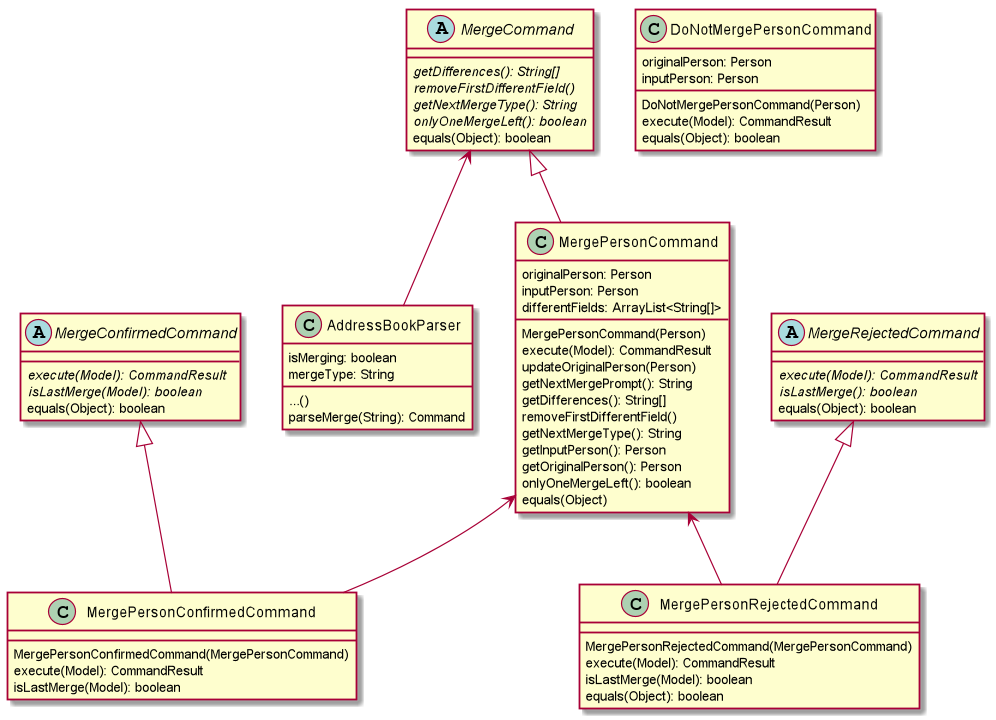
nus-cs2103-AY1920S1/addressbook-level3 keeps this PlantUML diagram as docs/images/MergeClassDiagram.png. Above is the earlier version. Source of this version:
```plantuml
@startuml

abstract class MergeCommand
class MergePersonCommand
MergeCommand <|-- MergePersonCommand

MergeCommand : {abstract} getDifferences(): String[]
MergeCommand : {abstract} removeFirstDifferentField()
MergeCommand : {abstract} getNextMergeType(): String
MergeCommand : {abstract} onlyOneMergeLeft(): boolean
MergeCommand : equals(Object): boolean

MergePersonCommand : originalPerson: Person
MergePersonCommand : inputPerson: Person
MergePersonCommand : differentFields: ArrayList<String[]>
MergePersonCommand : MergePersonCommand(Person)
MergePersonCommand : execute(Model): CommandResult
MergePersonCommand : updateOriginalPerson(Person)
MergePersonCommand : getNextMergePrompt(): String
MergePersonCommand : getDifferences(): String[]
MergePersonCommand : removeFirstDifferentField()
MergePersonCommand : getNextMergeType(): String
MergePersonCommand : getInputPerson(): Person
MergePersonCommand : getOriginalPerson(): Person
MergePersonCommand : onlyOneMergeLeft(): boolean
MergePersonCommand : equals(Object)

abstract class MergeConfirmedCommand
class MergePersonConfirmedCommand
MergeConfirmedCommand <|-- MergePersonConfirmedCommand

MergeConfirmedCommand : {abstract} execute(Model): CommandResult
MergeConfirmedCommand : {abstract} isLastMerge(Model): boolean
MergeConfirmedCommand : equals(Object): boolean

MergePersonCommand <-- MergePersonConfirmedCommand
MergePersonConfirmedCommand : MergePersonConfirmedCommand(MergePersonCommand)
MergePersonConfirmedCommand : execute(Model): CommandResult
MergePersonConfirmedCommand : isLastMerge(Model): boolean

abstract class MergeRejectedCommand
class MergePersonRejectedCommand
MergeRejectedCommand <|-- MergePersonRejectedCommand

MergeRejectedCommand : {abstract} execute(Model): CommandResult
MergeRejectedCommand : {abstract} isLastMerge(): boolean
MergeRejectedCommand : equals(Object): boolean

MergePersonCommand <-- MergePersonRejectedCommand
MergePersonRejectedCommand : MergePersonRejectedCommand(MergePersonCommand)
MergePersonRejectedCommand : execute(Model): CommandResult
MergePersonRejectedCommand : isLastMerge(Model): boolean
MergePersonRejectedCommand : equals(Object): boolean

class DoNotMergePersonCommand
DoNotMergePersonCommand : originalPerson: Person
DoNotMergePersonCommand : inputPerson: Person
DoNotMergePersonCommand : DoNotMergePersonCommand(Person)
DoNotMergePersonCommand : execute(Model): CommandResult
DoNotMergePersonCommand : equals(Object): boolean

class AddressBookParser
AddressBookParser : ...()
MergeCommand <-- AddressBookParser
AddressBookParser : isMerging: boolean
AddressBookParser : mergeType: String
AddressBookParser : parseMerge(String): Command

@enduml
```
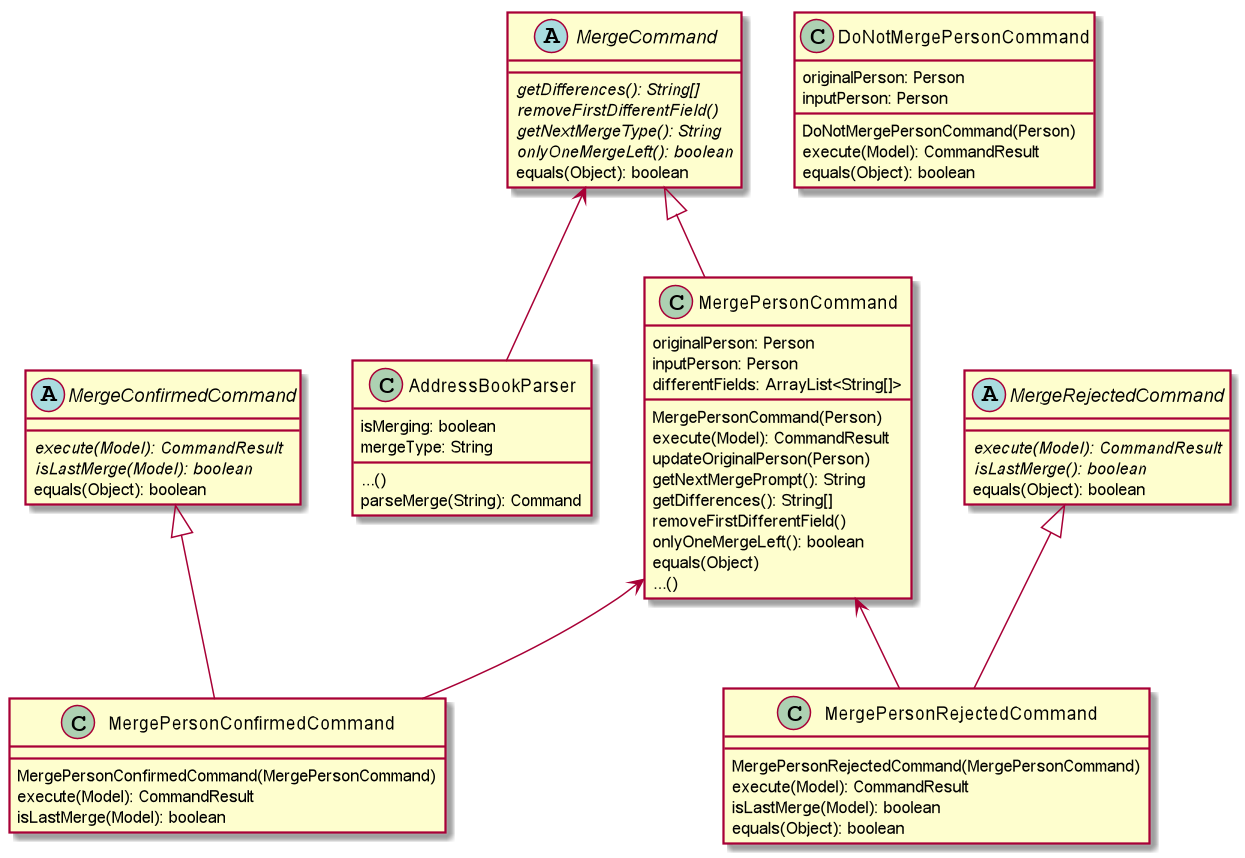
The same file after the commit.

Commit message:
Edit class diagram and activity diagram for merge

Change to the diagram source:
```diff
@@ -19,11 +19,9 @@
 MergePersonCommand : getNextMergePrompt(): String
 MergePersonCommand : getDifferences(): String[]
 MergePersonCommand : removeFirstDifferentField()
-MergePersonCommand : getNextMergeType(): String
-MergePersonCommand : getInputPerson(): Person
-MergePersonCommand : getOriginalPerson(): Person
 MergePersonCommand : onlyOneMergeLeft(): boolean
 MergePersonCommand : equals(Object)
+MergePersonCommand : ...()
 
 abstract class MergeConfirmedCommand
 class MergePersonConfirmedCommand
```
